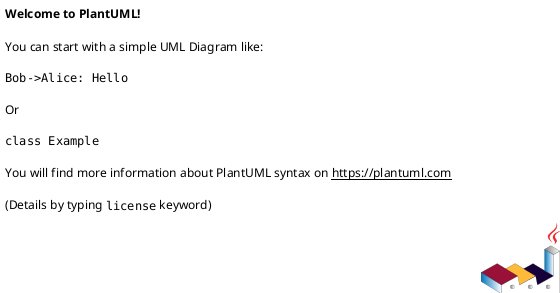
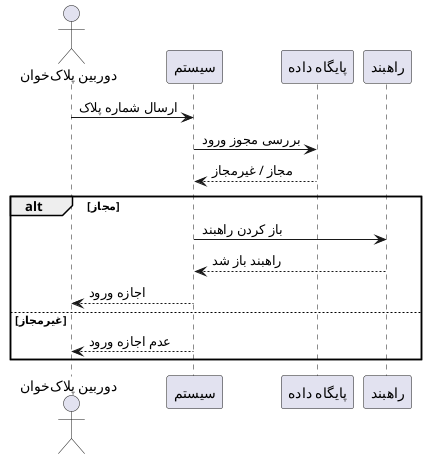
@startuml
+ actor "دوربین پلاک‌خوان" as Camera
+ 
+ participant "سیستم" as System
+ participant "پایگاه داده" as DB
+ participant "راهبند" as Barrier
+ 
+ Camera -> System : ارسال شماره پلاک
+ System -> DB : بررسی مجوز ورود
+ DB --> System : مجاز / غیرمجاز
+ 
+ alt مجاز
+ System -> Barrier : باز کردن راهبند
+ Barrier --> System : راهبند باز شد
+ System --> Camera : اجازه ورود
+ else غیرمجاز
+ System --> Camera : عدم اجازه ورود
+ end
+ 
@enduml
